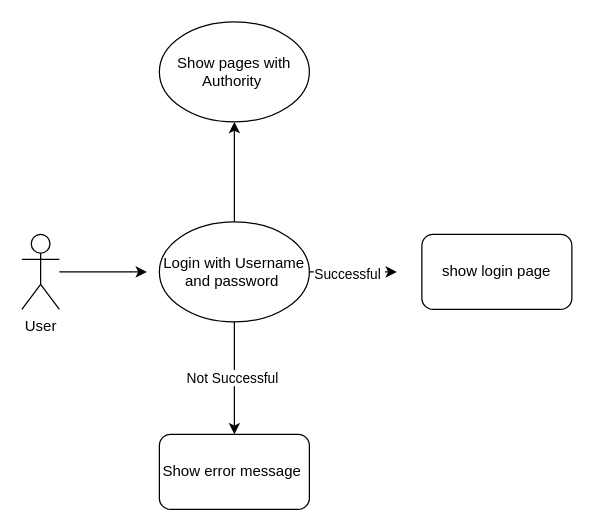
The draw.io diagram Login Diagram.drawio in Swaraj-Bharti/softwarearchitectcert, before the edit. Source tidied: cells renumbered, new cells numbered last; positions are measured from the earlier drawing's top-left corner, leaving out a move shared by most shapes. Both pictures are drawn from the tidied source at 125%, with x=0, y=0 at pixel (21, 21).
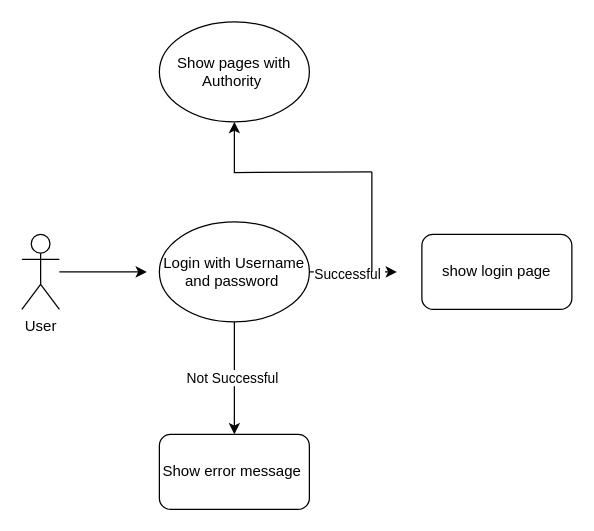
Above is the later version.

Diff of the diagram source:
```diff
@@
 <mxGraphModel>
   <root>
     <mxCell id="0" />
     <mxCell id="1" parent="0" />
     <mxCell id="2" style="edgeStyle=orthogonalEdgeStyle;rounded=0;jettySize=auto;html=1;" parent="1" edge="1" source="3">
       <mxGeometry relative="1" as="geometry">
         <mxPoint x="100" y="200" as="targetPoint" />
       </mxGeometry>
     </mxCell>
     <mxCell id="3" value="User" style="shape=umlActor;verticalLabelPosition=bottom;verticalAlign=top;html=1;outlineConnect=0;" parent="1" vertex="1">
       <mxGeometry y="170" width="30" height="60" as="geometry" />
     </mxCell>
     <mxCell id="4" style="edgeStyle=orthogonalEdgeStyle;rounded=0;jettySize=auto;html=1;" parent="1" edge="1" source="8">
       <mxGeometry relative="1" as="geometry">
         <mxPoint x="300" y="200" as="targetPoint" />
       </mxGeometry>
     </mxCell>
     <mxCell id="5" value="Successful&amp;nbsp;" style="edgeLabel;html=1;align=center;verticalAlign=middle;" parent="4" vertex="1">
       <mxGeometry x="-0.11" y="-1" relative="1" as="geometry" />
     </mxCell>
     <mxCell id="6" value="Not Successful&amp;nbsp;" style="edgeStyle=orthogonalEdgeStyle;rounded=0;jettySize=auto;html=1;" parent="1" edge="1" source="8" target="10">
       <mxGeometry relative="1" as="geometry" />
     </mxCell>
-    <mxCell id="7" style="edgeStyle=orthogonalEdgeStyle;rounded=0;jettySize=auto;html=1;" parent="1" edge="1" source="8" target="11">
-      <mxGeometry relative="1" as="geometry" />
+    <mxCell id="7" style="edgeStyle=orthogonalEdgeStyle;rounded=0;jettySize=auto;html=1;" parent="1" edge="1" target="11">
+      <mxGeometry relative="1" as="geometry">
+        <mxPoint x="280" y="120" as="sourcePoint" />
+      </mxGeometry>
     </mxCell>
     <mxCell id="8" value="Login with Username and password&amp;nbsp;" style="ellipse;whiteSpace=wrap;html=1;" parent="1" vertex="1">
       <mxGeometry x="110" y="160" width="120" height="80" as="geometry" />
     </mxCell>
     <mxCell id="9" value="show login page" style="rounded=1;whiteSpace=wrap;html=1;" parent="1" vertex="1">
       <mxGeometry x="320" y="170" width="120" height="60" as="geometry" />
     </mxCell>
     <mxCell id="10" value="Show error message&amp;nbsp;" style="rounded=1;whiteSpace=wrap;html=1;" parent="1" vertex="1">
       <mxGeometry x="110" y="330" width="120" height="60" as="geometry" />
     </mxCell>
     <mxCell id="11" value="Show pages with Authority&amp;nbsp;" style="ellipse;whiteSpace=wrap;html=1;" parent="1" vertex="1">
       <mxGeometry x="110" width="120" height="80" as="geometry" />
     </mxCell>
+    <mxCell id="12" style="endArrow=none;html=1;rounded=0;" parent="1" edge="1">
+      <mxGeometry relative="1" as="geometry">
+        <mxPoint x="280" y="200" as="sourcePoint" />
+        <mxPoint x="280" y="120" as="targetPoint" />
+      </mxGeometry>
+    </mxCell>
   </root>
 </mxGraphModel>
```
